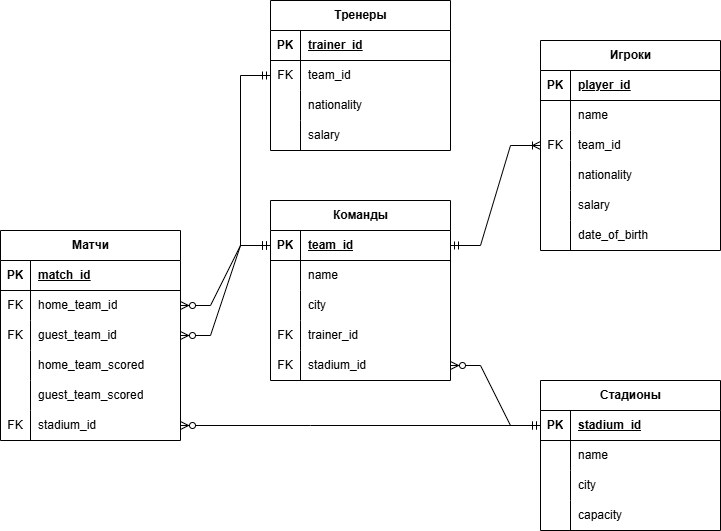
This is логическая_модель__1_.png from AnrewQz/football-league-db, a draw.io export, as it was before one commit. Source tidied: cells renumbered, new cells last; positions are measured from the earlier drawing's top-left corner, leaving out a move shared by most shapes.
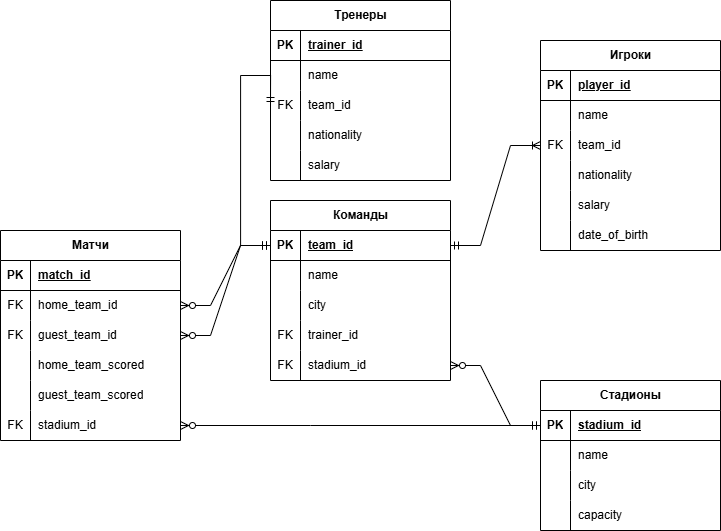
The same file after the commit.

Diff of the diagram source:
```diff
@@ -204,7 +204,7 @@
       <mxGeometry x="30" width="150" height="30" as="geometry" />
     </mxCell>
     <mxCell id="69" value="Тренеры" style="shape=table;startSize=30;rowLines=0;fontStyle=1;align=center;html=1;" parent="1" vertex="1">
-      <mxGeometry x="270" width="180" height="150" as="geometry" />
+      <mxGeometry x="270" width="180" height="180" as="geometry" />
     </mxCell>
     <mxCell id="70" style="shape=tableRow;horizontal=0;startSize=0;swimlaneHead=0;swimlaneBody=0;fillColor=none;top=0;left=0;right=0;bottom=1;" parent="69" vertex="1">
       <mxGeometry y="30" width="180" height="30" as="geometry" />
@@ -215,8 +215,17 @@
     <mxCell id="72" value="trainer_id" style="shape=partialRectangle;fillColor=none;top=0;left=0;bottom=0;right=0;align=left;spacingLeft=6;fontStyle=5;overflow=hidden;whiteSpace=wrap;html=1;" parent="70" vertex="1">
       <mxGeometry x="30" width="150" height="30" as="geometry" />
     </mxCell>
+    <mxCell id="88" style="shape=tableRow;horizontal=0;startSize=0;swimlaneHead=0;swimlaneBody=0;fillColor=none;top=0;left=0;right=0;bottom=0;" parent="69" vertex="1">
+      <mxGeometry y="60" width="180" height="30" as="geometry" />
+    </mxCell>
+    <mxCell id="89" style="shape=partialRectangle;fillColor=none;top=0;left=0;bottom=0;right=0;overflow=hidden;whiteSpace=wrap;html=1;" parent="88" vertex="1">
+      <mxGeometry width="30" height="30" as="geometry" />
+    </mxCell>
+    <mxCell id="90" value="name" style="shape=partialRectangle;fillColor=none;top=0;left=0;bottom=0;right=0;align=left;spacingLeft=6;overflow=hidden;whiteSpace=wrap;html=1;" parent="88" vertex="1">
+      <mxGeometry x="30" width="150" height="30" as="geometry" />
+    </mxCell>
     <mxCell id="73" style="shape=tableRow;horizontal=0;startSize=0;swimlaneHead=0;swimlaneBody=0;fillColor=none;points=[[0,0.5],[1,0.5]];portConstraint=eastwest;top=0;left=0;right=0;bottom=0;" parent="69" vertex="1">
-      <mxGeometry y="60" width="180" height="30" as="geometry" />
+      <mxGeometry y="90" width="180" height="30" as="geometry" />
     </mxCell>
     <mxCell id="74" value="FK" style="shape=partialRectangle;fillColor=none;top=0;left=0;bottom=0;right=0;overflow=hidden;whiteSpace=wrap;html=1;" parent="73" vertex="1">
       <mxGeometry width="30" height="30" as="geometry" />
@@ -225,7 +234,7 @@
       <mxGeometry x="30" width="150" height="30" as="geometry" />
     </mxCell>
     <mxCell id="76" style="shape=tableRow;horizontal=0;startSize=0;swimlaneHead=0;swimlaneBody=0;fillColor=none;top=0;left=0;right=0;bottom=0;" parent="69" vertex="1">
-      <mxGeometry y="90" width="180" height="30" as="geometry" />
+      <mxGeometry y="120" width="180" height="30" as="geometry" />
     </mxCell>
     <mxCell id="77" style="shape=partialRectangle;fillColor=none;top=0;left=0;bottom=0;right=0;overflow=hidden;whiteSpace=wrap;html=1;" parent="76" vertex="1">
       <mxGeometry width="30" height="30" as="geometry" />
@@ -234,7 +243,7 @@
       <mxGeometry x="30" width="150" height="30" as="geometry" />
     </mxCell>
     <mxCell id="79" style="shape=tableRow;horizontal=0;startSize=0;swimlaneHead=0;swimlaneBody=0;fillColor=none;top=0;left=0;right=0;bottom=0;" parent="69" vertex="1">
-      <mxGeometry y="120" width="180" height="30" as="geometry" />
+      <mxGeometry y="150" width="180" height="30" as="geometry" />
     </mxCell>
     <mxCell id="80" style="shape=partialRectangle;fillColor=none;top=0;left=0;bottom=0;right=0;overflow=hidden;whiteSpace=wrap;html=1;" parent="79" vertex="1">
       <mxGeometry width="30" height="30" as="geometry" />
```
